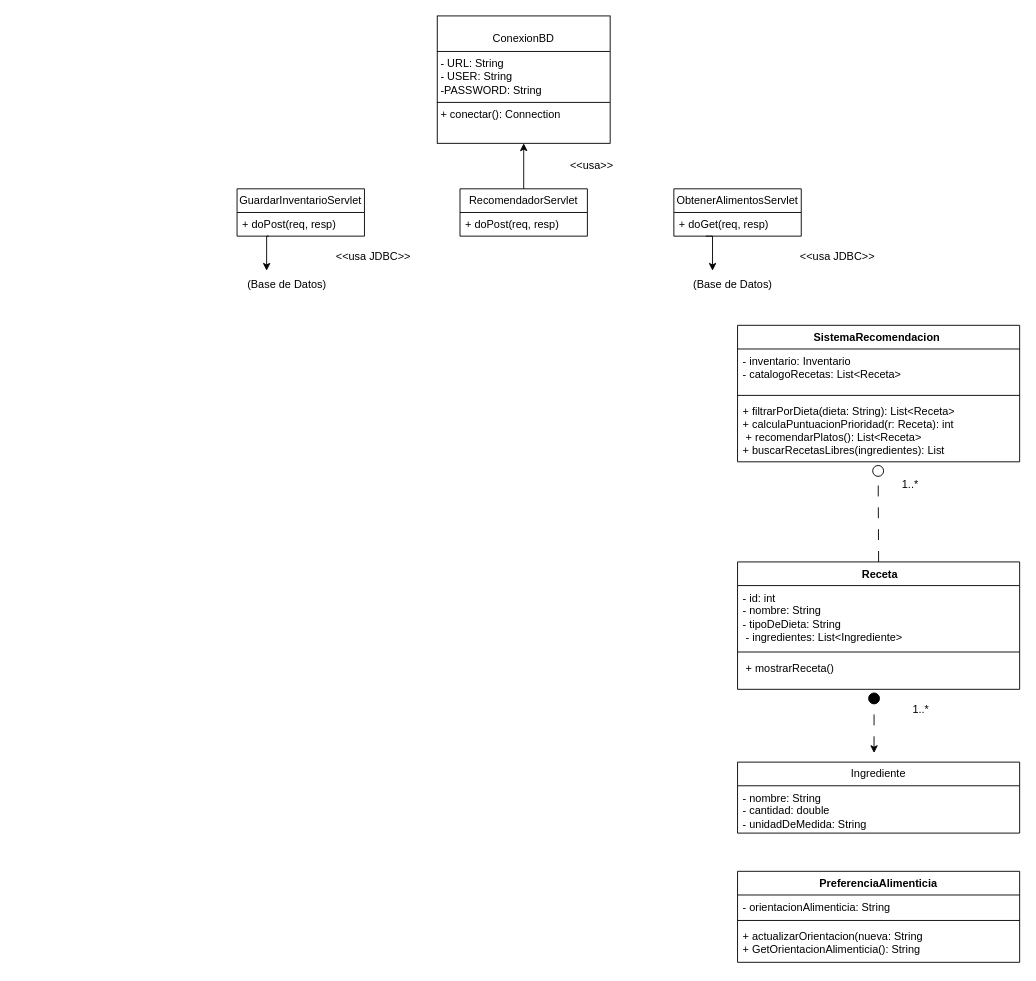
Before: Diagrama Clases Proyecto Pre.drawio in davidagc18/Diagrama-de-Clases, a draw.io diagram. Source tidied: cells renumbered, new cells numbered last; positions are measured from the earlier drawing's top-left corner, leaving out a move shared by most shapes. Both pictures are drawn from the tidied source at 91%, with x=0, y=0 at pixel (237, 15).
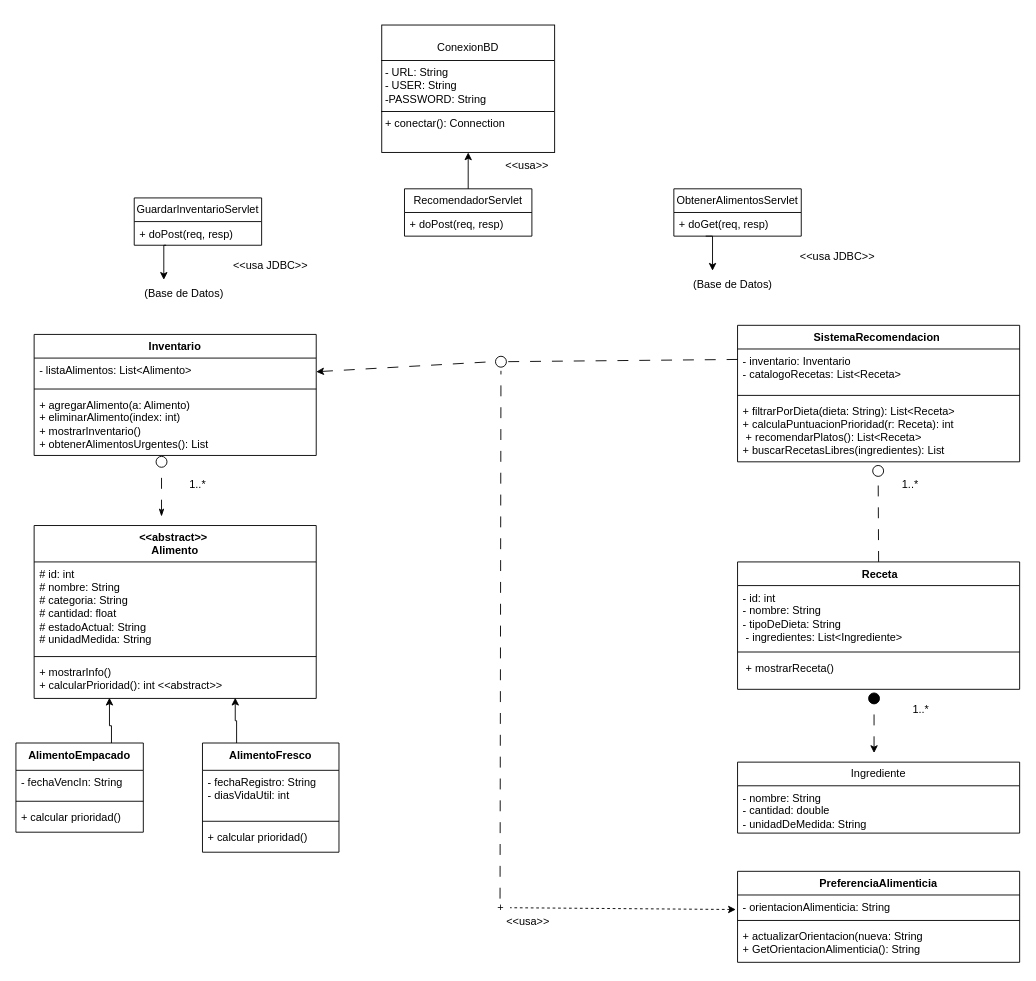
Above is the later version.

The change refers to these unchanged cells:
```xml
<mxCell id="17" value="SistemaRecomendacion&amp;nbsp;" style="swimlane;fontStyle=1;align=center;verticalAlign=top;horizontal=1;startSize=26;whiteSpace=wrap;html=1;" parent="1" vertex="1">
  <mxGeometry x="550" y="340" width="310" height="150" as="geometry" />
</mxCell>
<mxCell id="31" value="- orientacionAlimenticia: String" style="text;strokeColor=none;fillColor=none;align=left;verticalAlign=top;spacingLeft=4;spacingRight=4;overflow=hidden;points=[[0,0.5],[1,0.5]];portConstraint=eastwest;whiteSpace=wrap;html=1;" parent="30" vertex="1">
  <mxGeometry y="26" width="310" height="24" as="geometry" />
</mxCell>
```

Change to the diagram source:
```diff
@@
     <mxCell id="2" value="&lt;p style=&quot;margin:0px;margin-top:4px;text-align:center;&quot;&gt;&lt;br&gt;ConexionBD&lt;/p&gt;&lt;hr size=&quot;1&quot; style=&quot;border-style:solid;&quot;&gt;&lt;p style=&quot;margin:0px;margin-left:4px;&quot;&gt;- URL: String&lt;br&gt;- USER: String&lt;/p&gt;&lt;p style=&quot;margin:0px;margin-left:4px;&quot;&gt;-PASSWORD: String&lt;/p&gt;&lt;hr size=&quot;1&quot; style=&quot;border-style:solid;&quot;&gt;&lt;p style=&quot;margin:0px;margin-left:4px;&quot;&gt;+ conectar(): Connection&lt;br&gt;&lt;/p&gt;" style="verticalAlign=top;align=left;overflow=fill;html=1;whiteSpace=wrap;" parent="1" vertex="1">
-      <mxGeometry x="220" width="190" height="140" as="geometry" />
+      <mxGeometry x="159" y="10" width="190" height="140" as="geometry" />
     </mxCell>
@@
     <mxCell id="4" value="RecomendadorServlet" style="swimlane;fontStyle=0;horizontal=1;startSize=26;fillColor=none;whiteSpace=wrap;html=1;" parent="1" vertex="1">
-      <mxGeometry x="245" y="190" width="140" height="52" as="geometry" />
+      <mxGeometry x="184" y="190" width="140" height="52" as="geometry" />
     </mxCell>
@@
     <mxCell id="6" value="&amp;lt;&amp;lt;usa&amp;gt;&amp;gt;" style="text;html=1;whiteSpace=wrap;strokeColor=none;fillColor=none;align=center;verticalAlign=middle;rounded=0;" parent="1" vertex="1">
-      <mxGeometry x="360" y="150" width="60" height="30" as="geometry" />
+      <mxGeometry x="289" y="150" width="60" height="30" as="geometry" />
     </mxCell>
@@
     <mxCell id="8" value="GuardarInventarioServlet" style="swimlane;fontStyle=0;horizontal=1;startSize=26;fillColor=none;whiteSpace=wrap;html=1;" parent="1" vertex="1">
-      <mxGeometry y="190" width="140" height="52" as="geometry" />
+      <mxGeometry x="-113" y="200" width="140" height="52" as="geometry" />
     </mxCell>
@@
     <mxCell id="10" value="&amp;lt;&amp;lt;usa JDBC&amp;gt;&amp;gt;" style="text;html=1;whiteSpace=wrap;strokeColor=none;fillColor=none;align=center;verticalAlign=middle;rounded=0;" parent="1" vertex="1">
-      <mxGeometry x="100" y="250" width="100" height="30" as="geometry" />
+      <mxGeometry x="-13" y="260" width="100" height="30" as="geometry" />
     </mxCell>
     <mxCell id="11" value="(Base de Datos)" style="text;html=1;whiteSpace=wrap;strokeColor=none;fillColor=none;align=center;verticalAlign=middle;rounded=0;" parent="1" vertex="1">
-      <mxGeometry x="10" y="280" width="90" height="30" as="geometry" />
+      <mxGeometry x="-103" y="290" width="90" height="30" as="geometry" />
     </mxCell>
@@
+    <mxCell id="35" value="Inventario" style="swimlane;fontStyle=1;align=center;verticalAlign=top;horizontal=1;startSize=26;whiteSpace=wrap;html=1;" parent="1" vertex="1">
+      <mxGeometry x="-223" y="350" width="310" height="133" as="geometry" />
+    </mxCell>
+    <mxCell id="36" value="- listaAlimentos: List&amp;lt;Alimento&amp;gt;" style="text;strokeColor=none;fillColor=none;align=left;verticalAlign=top;spacingLeft=4;spacingRight=4;overflow=hidden;points=[[0,0.5],[1,0.5]];portConstraint=eastwest;whiteSpace=wrap;html=1;" parent="35" vertex="1">
+      <mxGeometry y="26" width="310" height="30" as="geometry" />
+    </mxCell>
+    <mxCell id="37" style="line;strokeWidth=1;fillColor=none;align=left;verticalAlign=middle;spacingTop=-1;spacingLeft=3;spacingRight=3;labelPosition=right;strokeColor=inherit;labelPerimeter=1;" parent="35" vertex="1">
+      <mxGeometry y="56" width="310" height="8" as="geometry" />
+    </mxCell>
+    <mxCell id="38" value="+ agregarAlimento(a: Alimento)&lt;div&gt;+ eliminarAlimento(index: int)&lt;/div&gt;&lt;div&gt;+ mostrarInventario()&lt;/div&gt;&lt;div&gt;+ obtenerAlimentosUrgentes(): List&lt;/div&gt;" style="text;strokeColor=none;fillColor=none;align=left;verticalAlign=top;spacingLeft=4;spacingRight=4;overflow=hidden;whiteSpace=wrap;html=1;" parent="35" vertex="1">
+      <mxGeometry y="64" width="310" height="69" as="geometry" />
+    </mxCell>
+    <mxCell id="39" style="endArrow=oval;dashed=1;endFill=0;endSize=12;html=1;rounded=0;defaultLabelBackgroundColor=page;startArrow=classicThin;startFill=1;dashPattern=12 12;" parent="1" edge="1">
+      <mxGeometry relative="1" as="geometry">
+        <mxPoint x="-83" y="550" as="sourcePoint" />
+        <mxPoint x="-83" y="490" as="targetPoint" />
+      </mxGeometry>
+    </mxCell>
+    <mxCell id="40" value="1..*" style="text;html=1;whiteSpace=wrap;strokeColor=none;fillColor=none;align=center;verticalAlign=middle;rounded=0;" parent="1" vertex="1">
+      <mxGeometry x="-93" y="500" width="100" height="30" as="geometry" />
+    </mxCell>
+    <mxCell id="41" value="&amp;lt;&amp;lt;abstract&amp;gt;&amp;gt;&amp;nbsp;&lt;div&gt;Alimento&lt;/div&gt;" style="swimlane;fontStyle=1;align=center;verticalAlign=top;horizontal=1;startSize=40;whiteSpace=wrap;html=1;" parent="1" vertex="1">
+      <mxGeometry x="-223" y="560" width="310" height="190" as="geometry" />
+    </mxCell>
+    <mxCell id="42" value="# id: int&lt;div&gt;# nombre: String&lt;/div&gt;&lt;div&gt;# categoria: String&lt;/div&gt;&lt;div&gt;# cantidad: float&lt;/div&gt;&lt;div&gt;# estadoActual: String&lt;/div&gt;&lt;div&gt;# unidadMedida: String&lt;/div&gt;" style="text;strokeColor=none;fillColor=none;align=left;verticalAlign=top;spacingLeft=4;spacingRight=4;overflow=hidden;whiteSpace=wrap;html=1;" parent="41" vertex="1">
+      <mxGeometry y="40" width="310" height="100" as="geometry" />
+    </mxCell>
+    <mxCell id="43" style="line;strokeWidth=1;fillColor=none;align=left;verticalAlign=middle;spacingTop=-1;spacingLeft=3;spacingRight=3;labelPosition=right;strokeColor=inherit;labelPerimeter=1;" parent="41" vertex="1">
+      <mxGeometry y="140" width="310" height="8" as="geometry" />
+    </mxCell>
+    <mxCell id="44" value="+ mostrarInfo()&lt;div&gt;+ calcularPrioridad(): int &amp;lt;&amp;lt;abstract&amp;gt;&amp;gt;&lt;/div&gt;" style="text;strokeColor=none;fillColor=none;align=left;verticalAlign=top;spacingLeft=4;spacingRight=4;overflow=hidden;points=[[0,0.5],[1,0.5]];portConstraint=eastwest;whiteSpace=wrap;html=1;" parent="41" vertex="1">
+      <mxGeometry y="148" width="310" height="42" as="geometry" />
+    </mxCell>
+    <mxCell id="45" value="AlimentoEmpacado" style="swimlane;fontStyle=1;align=center;verticalAlign=top;horizontal=1;startSize=30;whiteSpace=wrap;html=1;" parent="1" vertex="1">
+      <mxGeometry x="-243" y="799" width="140" height="98" as="geometry" />
+    </mxCell>
+    <mxCell id="46" value="- fechaVencIn:&amp;nbsp;String&lt;div&gt;&lt;br&gt;&lt;/div&gt;" style="text;strokeColor=none;fillColor=none;align=left;verticalAlign=top;spacingLeft=4;spacingRight=4;overflow=hidden;whiteSpace=wrap;html=1;" parent="45" vertex="1">
+      <mxGeometry y="30" width="140" height="30" as="geometry" />
+    </mxCell>
+    <mxCell id="47" style="line;strokeWidth=1;fillColor=none;align=left;verticalAlign=middle;spacingTop=-1;spacingLeft=3;spacingRight=3;labelPosition=right;strokeColor=inherit;labelPerimeter=1;" parent="45" vertex="1">
+      <mxGeometry y="60" width="140" height="8" as="geometry" />
+    </mxCell>
+    <mxCell id="48" value="+ calcular prioridad()" style="text;strokeColor=none;fillColor=none;align=left;verticalAlign=top;spacingLeft=4;spacingRight=4;overflow=hidden;whiteSpace=wrap;html=1;" parent="45" vertex="1">
+      <mxGeometry y="68" width="140" height="30" as="geometry" />
+    </mxCell>
+    <mxCell id="49" value="AlimentoFresco" style="swimlane;fontStyle=1;align=center;verticalAlign=top;horizontal=1;startSize=30;whiteSpace=wrap;html=1;" parent="1" vertex="1">
+      <mxGeometry x="-38" y="799" width="150" height="120" as="geometry" />
+    </mxCell>
+    <mxCell id="50" value="- fechaRegistro:&amp;nbsp;String&lt;div&gt;- diasVidaUtil:&amp;nbsp;int&lt;/div&gt;&lt;div&gt;&lt;br&gt;&lt;/div&gt;" style="text;strokeColor=none;fillColor=none;align=left;verticalAlign=top;spacingLeft=4;spacingRight=4;overflow=hidden;whiteSpace=wrap;html=1;" parent="49" vertex="1">
+      <mxGeometry y="30" width="150" height="52" as="geometry" />
+    </mxCell>
+    <mxCell id="51" style="line;strokeWidth=1;fillColor=none;align=left;verticalAlign=middle;spacingTop=-1;spacingLeft=3;spacingRight=3;labelPosition=right;strokeColor=inherit;labelPerimeter=1;" parent="49" vertex="1">
+      <mxGeometry y="82" width="150" height="8" as="geometry" />
+    </mxCell>
+    <mxCell id="52" value="+ calcular prioridad()" style="text;strokeColor=none;fillColor=none;align=left;verticalAlign=top;spacingLeft=4;spacingRight=4;overflow=hidden;whiteSpace=wrap;html=1;" parent="49" vertex="1">
+      <mxGeometry y="90" width="150" height="30" as="geometry" />
+    </mxCell>
+    <mxCell id="53" style="edgeStyle=orthogonalEdgeStyle;rounded=0;jettySize=auto;html=1;exitX=0.75;exitY=0;exitDx=0;exitDy=0;entryX=0.267;entryY=0.982;entryDx=0;entryDy=0;entryPerimeter=0;defaultLabelBackgroundColor=page;" parent="1" edge="1" source="45" target="44">
+      <mxGeometry x="0.03" relative="1" as="geometry">
+        <Array as="points">
+          <mxPoint x="-138" y="780" />
+          <mxPoint x="-140.2" y="780" />
+        </Array>
+      </mxGeometry>
+    </mxCell>
+    <mxCell id="54" style="edgeStyle=orthogonalEdgeStyle;rounded=0;jettySize=auto;html=1;exitX=0.25;exitY=0;exitDx=0;exitDy=0;entryX=0.713;entryY=0.982;entryDx=0;entryDy=0;entryPerimeter=0;defaultLabelBackgroundColor=page;" parent="1" edge="1" source="49" target="44">
+      <mxGeometry relative="1" as="geometry" />
+    </mxCell>
+    <mxCell id="55" style="endArrow=oval;dashed=1;endFill=0;endSize=12;html=1;rounded=0;defaultLabelBackgroundColor=page;startArrow=none;startFill=0;dashPattern=12 12;exitX=0;exitY=0.25;exitDx=0;exitDy=0;" parent="1" edge="1" source="17">
+      <mxGeometry relative="1" as="geometry">
+        <mxPoint x="290" y="380" as="targetPoint" />
+      </mxGeometry>
+    </mxCell>
+    <mxCell id="56" style="endArrow=none;dashed=1;endFill=0;endSize=12;html=1;rounded=0;defaultLabelBackgroundColor=page;startArrow=classic;startFill=1;dashPattern=12 12;exitX=1;exitY=0.5;exitDx=0;exitDy=0;" parent="1" edge="1" source="36">
+      <mxGeometry relative="1" as="geometry">
+        <mxPoint x="280" y="380" as="targetPoint" />
+      </mxGeometry>
+    </mxCell>
+    <mxCell id="57" style="endArrow=none;dashed=1;endFill=0;endSize=12;html=1;rounded=1;defaultLabelBackgroundColor=page;startArrow=none;startFill=0;dashPattern=12 12;curved=0;" parent="1" edge="1">
+      <mxGeometry relative="1" as="geometry">
+        <mxPoint x="289" y="970" as="sourcePoint" />
+        <mxPoint x="290" y="390" as="targetPoint" />
+      </mxGeometry>
+    </mxCell>
+    <mxCell id="58" style="endArrow=none;dashed=1;endFill=0;endSize=12;html=1;rounded=0;defaultLabelBackgroundColor=page;startArrow=classic;startFill=1;exitX=-0.006;exitY=0.666;exitDx=0;exitDy=0;exitPerimeter=0;entryX=1;entryY=0.5;entryDx=0;entryDy=0;" parent="1" edge="1" source="31" target="59">
+      <mxGeometry relative="1" as="geometry" />
+    </mxCell>
+    <mxCell id="59" value="+" style="text;html=1;whiteSpace=wrap;strokeColor=none;fillColor=none;align=center;verticalAlign=middle;rounded=0;" parent="1" vertex="1">
+      <mxGeometry x="280" y="970" width="20" height="20" as="geometry" />
+    </mxCell>
+    <mxCell id="60" value="&amp;lt;&amp;lt;usa&amp;gt;&amp;gt;" style="text;html=1;whiteSpace=wrap;strokeColor=none;fillColor=none;align=center;verticalAlign=middle;rounded=0;" parent="1" vertex="1">
+      <mxGeometry x="290" y="980" width="60" height="30" as="geometry" />
+    </mxCell>
```
